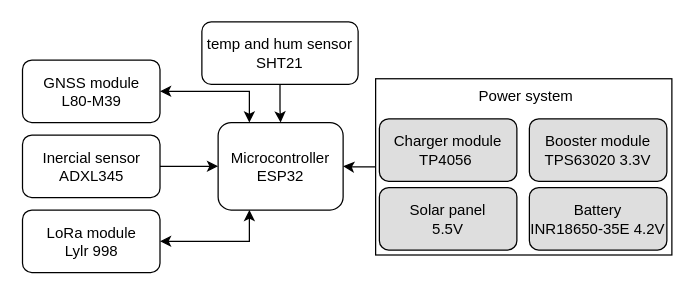
Teusocost/Tracker_IPB keeps this draw.io diagram as MAIN/HARDWARE_BASIC.drawio. Above is the earlier version. Source tidied: cells renumbered, new cells numbered last; positions are measured from the earlier drawing's top-left corner, leaving out a move shared by most shapes. Both pictures are drawn from the tidied source at 125%, with x=0, y=0 at pixel (22, 21).
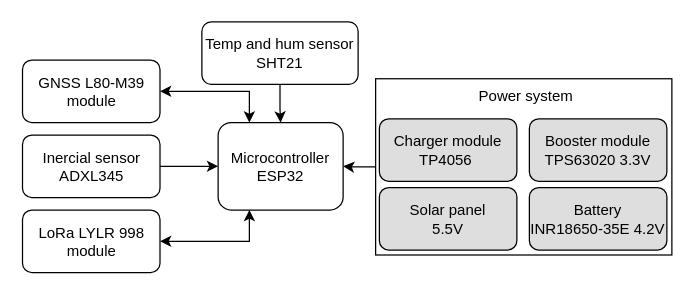
The same page after the edit.

Change to the diagram source:
```diff
@@
 <mxGraphModel>
   <root>
     <mxCell id="0" />
     <mxCell id="1" parent="0" />
     <mxCell id="2" style="rounded=0;whiteSpace=wrap;html=1;fillColor=none;" parent="1" vertex="1">
       <mxGeometry x="282" y="45.5" width="237" height="141" as="geometry" />
     </mxCell>
     <mxCell id="3" value="Booster module&lt;br&gt;TPS63020 3.3V" style="rounded=1;whiteSpace=wrap;html=1;fillColor=#DEDEDE;" parent="1" vertex="1">
       <mxGeometry x="405" y="77.5" width="110" height="50" as="geometry" />
     </mxCell>
     <mxCell id="4" style="edgeStyle=orthogonalEdgeStyle;rounded=0;jettySize=auto;html=1;strokeColor=none;" parent="1" edge="1" source="7" target="13">
       <mxGeometry relative="1" as="geometry" />
     </mxCell>
     <mxCell id="5" style="edgeStyle=orthogonalEdgeStyle;rounded=0;jettySize=auto;html=1;exitX=0.25;exitY=0;exitDx=0;exitDy=0;entryX=1;entryY=0.5;entryDx=0;entryDy=0;startArrow=classic;startFill=1;" parent="1" edge="1" source="7" target="10">
       <mxGeometry relative="1" as="geometry" />
     </mxCell>
     <mxCell id="6" style="edgeStyle=orthogonalEdgeStyle;rounded=0;jettySize=auto;html=1;exitX=0.25;exitY=1;exitDx=0;exitDy=0;entryX=1;entryY=0.5;entryDx=0;entryDy=0;startArrow=classic;startFill=1;" parent="1" edge="1" source="7" target="11">
       <mxGeometry relative="1" as="geometry" />
     </mxCell>
     <mxCell id="7" value="Microcontroller&lt;br&gt;ESP32" style="rounded=1;whiteSpace=wrap;html=1;" parent="1" vertex="1">
       <mxGeometry x="156" y="80.5" width="100" height="70" as="geometry" />
     </mxCell>
     <mxCell id="8" style="edgeStyle=orthogonalEdgeStyle;rounded=0;jettySize=auto;html=1;" parent="1" edge="1" source="9" target="7">
       <mxGeometry relative="1" as="geometry" />
     </mxCell>
     <mxCell id="9" value="Inercial sensor&lt;br&gt;ADXL345" style="rounded=1;whiteSpace=wrap;html=1;" parent="1" vertex="1">
       <mxGeometry x="-0.5" y="90.5" width="110" height="50" as="geometry" />
     </mxCell>
-    <mxCell id="10" value="GNSS module&lt;br&gt;L80-M39" style="rounded=1;whiteSpace=wrap;html=1;" parent="1" vertex="1">
+    <mxCell id="10" value="GNSS&amp;nbsp;L80-M39 module" style="rounded=1;whiteSpace=wrap;html=1;" parent="1" vertex="1">
       <mxGeometry x="-0.5" y="30.5" width="110" height="50" as="geometry" />
     </mxCell>
-    <mxCell id="11" value="LoRa module&lt;br&gt;Lylr 998" style="rounded=1;whiteSpace=wrap;html=1;" parent="1" vertex="1">
+    <mxCell id="11" value="LoRa&amp;nbsp;LYLR 998 module" style="rounded=1;whiteSpace=wrap;html=1;" parent="1" vertex="1">
       <mxGeometry x="-0.5" y="150.5" width="110" height="50" as="geometry" />
     </mxCell>
     <mxCell id="12" style="edgeStyle=orthogonalEdgeStyle;rounded=0;jettySize=auto;html=1;" parent="1" edge="1" source="13" target="7">
       <mxGeometry relative="1" as="geometry" />
     </mxCell>
-    <mxCell id="13" value="temp and hum sensor &lt;br&gt;SHT21" style="rounded=1;whiteSpace=wrap;html=1;" parent="1" vertex="1">
+    <mxCell id="13" value="Temp and hum sensor &lt;br&gt;SHT21" style="rounded=1;whiteSpace=wrap;html=1;" parent="1" vertex="1">
       <mxGeometry x="143" width="125" height="50" as="geometry" />
     </mxCell>
     <mxCell id="14" value="Charger module&lt;br&gt;TP4056&amp;nbsp;" style="rounded=1;whiteSpace=wrap;html=1;fillColor=#DEDEDE;" parent="1" vertex="1">
       <mxGeometry x="285" y="77.5" width="110" height="50" as="geometry" />
     </mxCell>
     <mxCell id="15" style="edgeStyle=orthogonalEdgeStyle;rounded=0;jettySize=auto;html=1;entryX=1;entryY=0.5;entryDx=0;entryDy=0;" parent="1" edge="1" source="2" target="7">
       <mxGeometry relative="1" as="geometry" />
     </mxCell>
     <mxCell id="16" value="Power system" style="text;html=1;align=center;verticalAlign=middle;strokeColor=none;fillColor=none;" parent="1" vertex="1">
       <mxGeometry x="352" y="44.5" width="100" height="30" as="geometry" />
     </mxCell>
     <mxCell id="17" value="Battery&lt;br&gt;INR18650-35E 4.2V" style="rounded=1;whiteSpace=wrap;html=1;fillColor=#DEDEDE;" parent="1" vertex="1">
       <mxGeometry x="405" y="132.5" width="110" height="50" as="geometry" />
     </mxCell>
     <mxCell id="18" value="Solar panel&lt;br&gt;5.5V" style="rounded=1;whiteSpace=wrap;html=1;fillColor=#DEDEDE;" parent="1" vertex="1">
       <mxGeometry x="285" y="132.5" width="110" height="50" as="geometry" />
     </mxCell>
   </root>
 </mxGraphModel>
```
